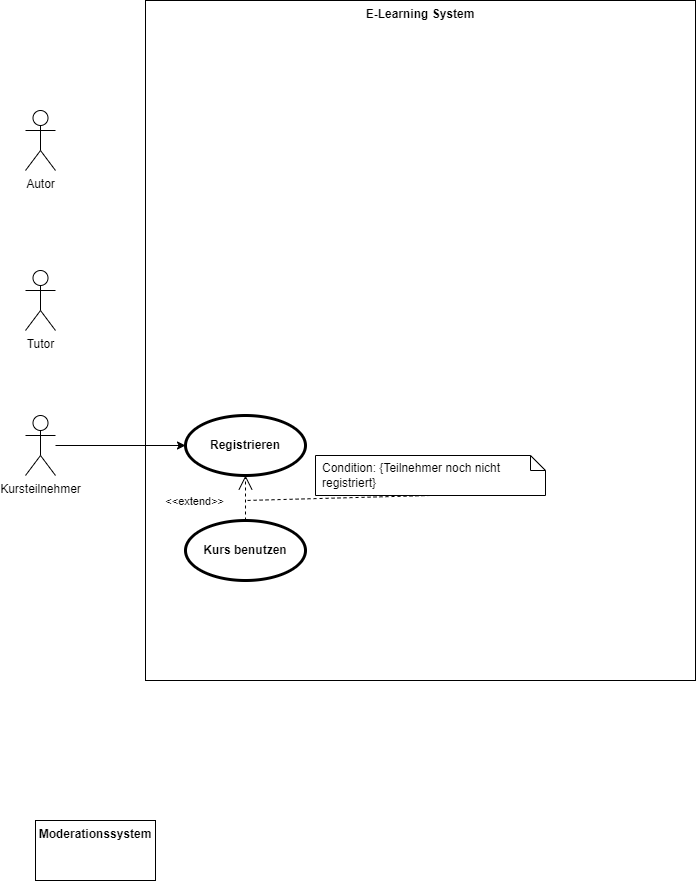
jahtzee/SE_WS21 keeps this draw.io diagram as Uebung8/E_Learning.drawio.png. Above is the earlier version. Source tidied: cells renumbered, new cells last; positions are measured from the earlier drawing's top-left corner, leaving out a move shared by most shapes.
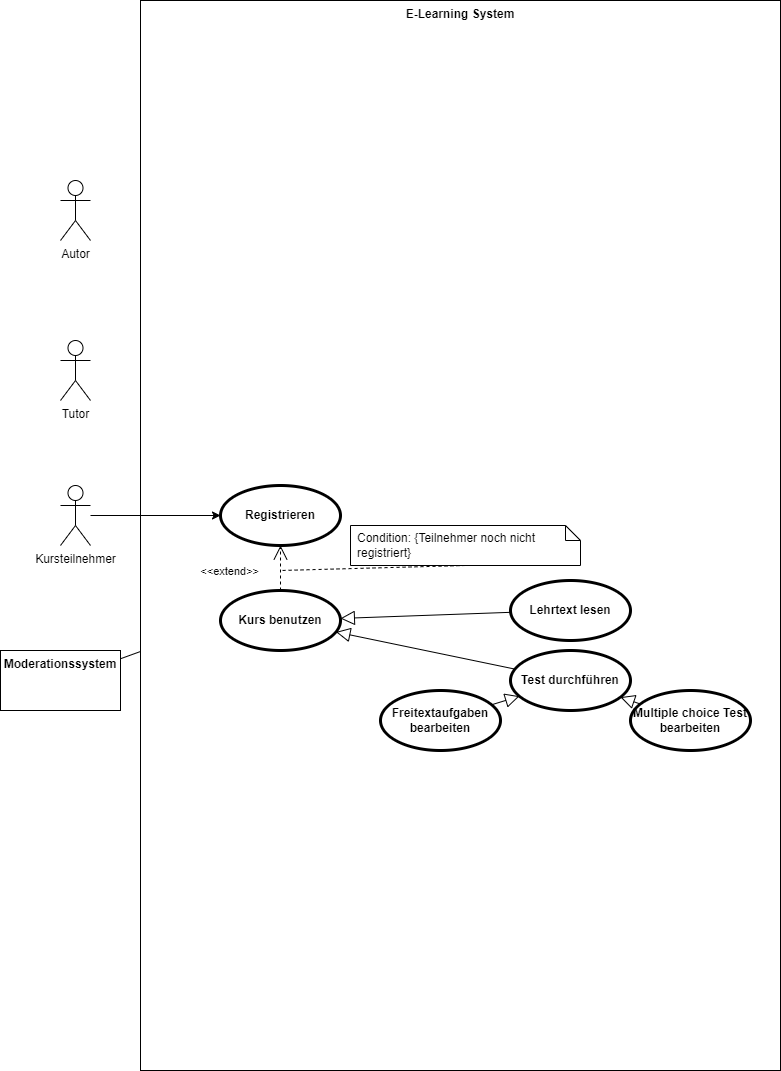
The same file after the commit.

Diff of the diagram source:
```diff
@@ -3,7 +3,7 @@
     <mxCell id="0" />
     <mxCell id="1" parent="0" />
     <mxCell id="2" value="E-Learning System" style="shape=rect;html=1;verticalAlign=top;fontStyle=1;whiteSpace=wrap;align=center;" parent="1" vertex="1">
-      <mxGeometry x="120" width="550" height="680" as="geometry" />
+      <mxGeometry x="80" y="-70" width="640" height="1070" as="geometry" />
     </mxCell>
     <mxCell id="3" value="Tutor&lt;br&gt;" style="shape=umlActor;html=1;verticalLabelPosition=bottom;verticalAlign=top;align=center;" parent="1" vertex="1">
       <mxGeometry y="270" width="30" height="60" as="geometry" />
@@ -18,7 +18,7 @@
       <mxGeometry y="415" width="30" height="60" as="geometry" />
     </mxCell>
     <mxCell id="7" value="Moderationssystem" style="shape=rect;html=1;verticalAlign=top;fontStyle=1;whiteSpace=wrap;align=center;" parent="1" vertex="1">
-      <mxGeometry x="10" y="820" width="120" height="60" as="geometry" />
+      <mxGeometry x="-60" y="580" width="120" height="60" as="geometry" />
     </mxCell>
     <mxCell id="8" value="Registrieren" style="shape=ellipse;html=1;strokeWidth=3;fontStyle=1;whiteSpace=wrap;align=center;perimeter=ellipsePerimeter;" parent="1" vertex="1">
       <mxGeometry x="160" y="415" width="120" height="60" as="geometry" />
@@ -37,5 +37,32 @@
         <mxPoint x="220" y="500" as="targetPoint" />
       </mxGeometry>
     </mxCell>
+    <mxCell id="13" value="Lehrtext lesen" style="shape=ellipse;html=1;strokeWidth=3;fontStyle=1;whiteSpace=wrap;align=center;perimeter=ellipsePerimeter;" parent="1" vertex="1">
+      <mxGeometry x="450" y="510" width="120" height="60" as="geometry" />
+    </mxCell>
+    <mxCell id="14" value="Test durchführen" style="shape=ellipse;html=1;strokeWidth=3;fontStyle=1;whiteSpace=wrap;align=center;perimeter=ellipsePerimeter;" parent="1" vertex="1">
+      <mxGeometry x="450" y="580" width="120" height="60" as="geometry" />
+    </mxCell>
+    <mxCell id="15" value="Freitextaufgaben bearbeiten" style="shape=ellipse;html=1;strokeWidth=3;fontStyle=1;whiteSpace=wrap;align=center;perimeter=ellipsePerimeter;" parent="1" vertex="1">
+      <mxGeometry x="320" y="620" width="120" height="60" as="geometry" />
+    </mxCell>
+    <mxCell id="16" value="Multiple choice Test bearbeiten" style="shape=ellipse;html=1;strokeWidth=3;fontStyle=1;whiteSpace=wrap;align=center;perimeter=ellipsePerimeter;" parent="1" vertex="1">
+      <mxGeometry x="570" y="620" width="120" height="60" as="geometry" />
+    </mxCell>
+    <mxCell id="17" style="edgeStyle=none;html=1;endArrow=block;endFill=0;endSize=12;verticalAlign=bottom;rounded=0;" parent="1" edge="1" source="13" target="9">
+      <mxGeometry relative="1" as="geometry" />
+    </mxCell>
+    <mxCell id="18" style="edgeStyle=none;html=1;endArrow=block;endFill=0;endSize=12;verticalAlign=bottom;rounded=0;" parent="1" edge="1" source="14" target="9">
+      <mxGeometry relative="1" as="geometry" />
+    </mxCell>
+    <mxCell id="19" style="edgeStyle=none;html=1;endArrow=block;endFill=0;endSize=12;verticalAlign=bottom;rounded=0;" parent="1" edge="1" source="15" target="14">
+      <mxGeometry relative="1" as="geometry" />
+    </mxCell>
+    <mxCell id="20" style="edgeStyle=none;html=1;endArrow=block;endFill=0;endSize=12;verticalAlign=bottom;rounded=0;" parent="1" edge="1" source="16" target="14">
+      <mxGeometry relative="1" as="geometry" />
+    </mxCell>
+    <mxCell id="21" style="edgeStyle=none;html=1;endArrow=none;verticalAlign=bottom;rounded=0;" parent="1" edge="1" source="7" target="2">
+      <mxGeometry relative="1" as="geometry" />
+    </mxCell>
   </root>
 </mxGraphModel>
```
